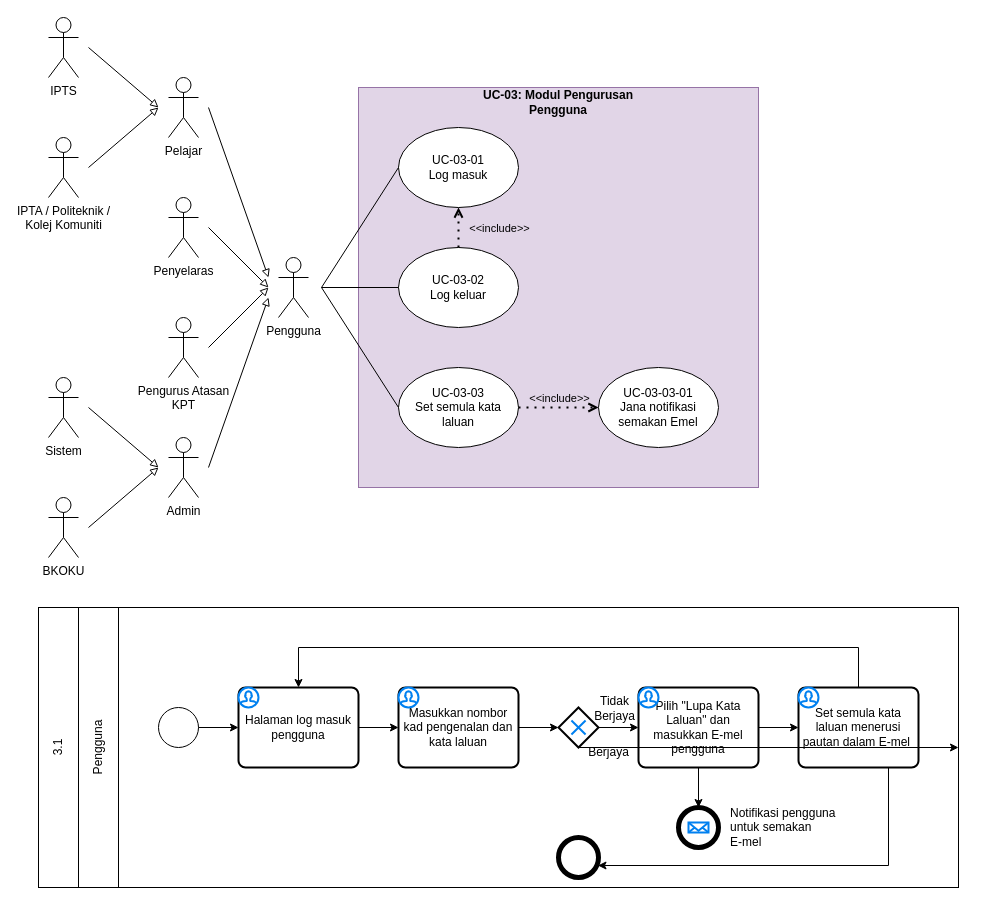
The draw.io diagram page "UC-03 Pengurusan Pengguna" (6 of 10) of draw.io/BKOKU.drawio in drshahizan/learn-github, before the edit. Source tidied: cells renumbered, new cells numbered last; positions are measured from the earlier drawing's top-left corner, leaving out a move shared by most shapes. Both pictures are drawn from the tidied source at 100%, with x=0, y=0 at pixel (-82, 17).
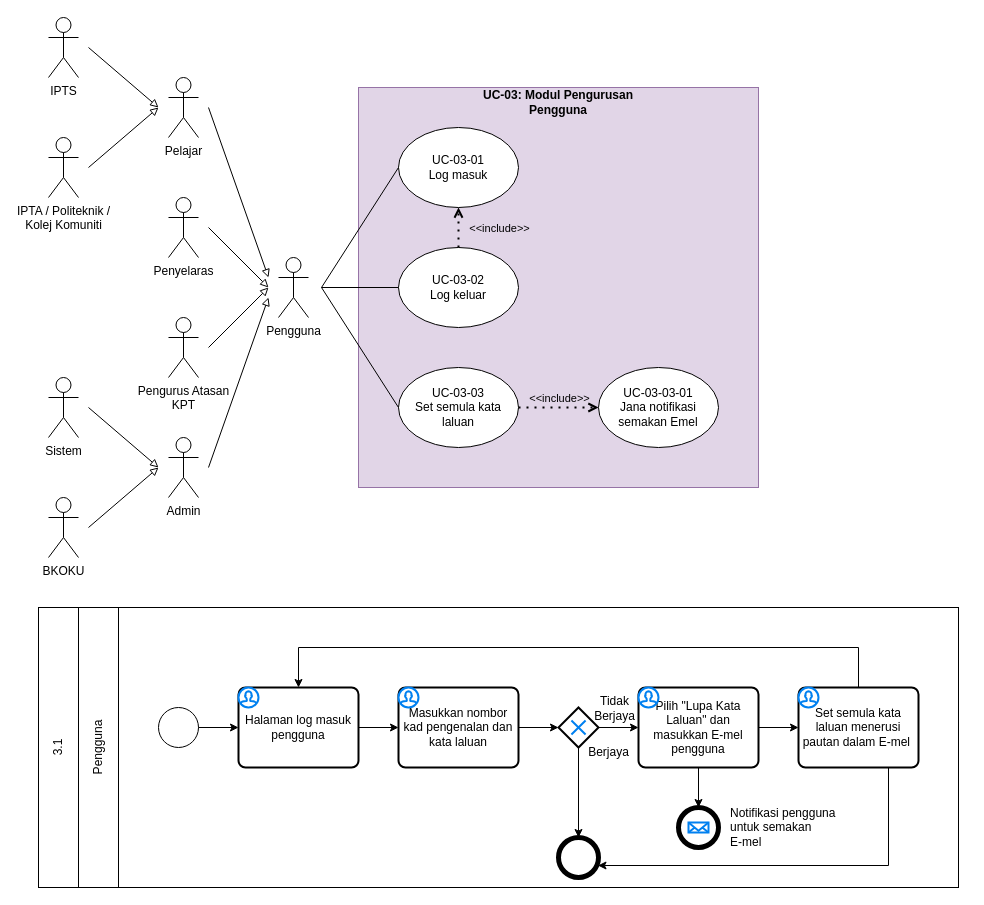
The same diagram, later.

Unchanged cells that the change refers to:
```xml
<mxCell id="2" style="rounded=0;whiteSpace=wrap;html=1;fillColor=default;" parent="1" vertex="1">
  <mxGeometry x="200" y="590" width="840" height="280" as="geometry" />
</mxCell>
<mxCell id="31" style="group;" parent="1" vertex="1">
  <mxGeometry x="640" y="690" width="40" height="40" as="geometry" />
</mxCell>
<mxCell id="52" style="verticalLabelPosition=bottom;verticalAlign=top;html=1;shape=mxgraph.flowchart.on-page_reference;strokeWidth=5;" parent="1" vertex="1">
  <mxGeometry x="640" y="820" width="40" height="40" as="geometry" />
</mxCell>
```

Diff of the diagram source:
```diff
@@
-    <mxCell id="51" style="endArrow=classic;html=1;rounded=0;exitX=0.5;exitY=1;exitDx=0;exitDy=0;" parent="1" edge="1" source="31" target="2">
+    <mxCell id="51" style="endArrow=classic;html=1;rounded=0;exitX=0.5;exitY=1;exitDx=0;exitDy=0;entryX=0.5;entryY=0;entryDx=0;entryDy=0;entryPerimeter=0;" parent="1" edge="1" source="31" target="52">
       <mxGeometry relative="1" as="geometry" />
     </mxCell>
```
